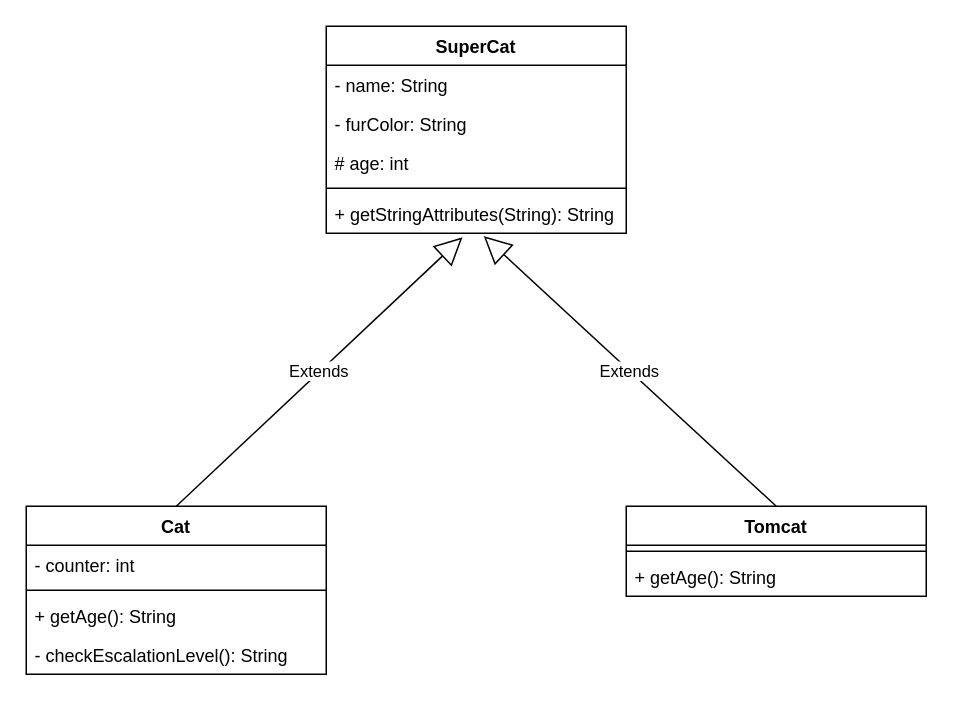
This is page "SuperCat" (4 of 4) of cat.drawio from Tom-Ferx/03a_Inheritance_Vererbung, a draw.io file, before an edit. Source tidied: cells renumbered, new cells numbered last; positions are measured from the earlier drawing's top-left corner, leaving out a move shared by most shapes. Both pictures are drawn from the tidied source at 150%, with x=0, y=0 at pixel (26, 26).
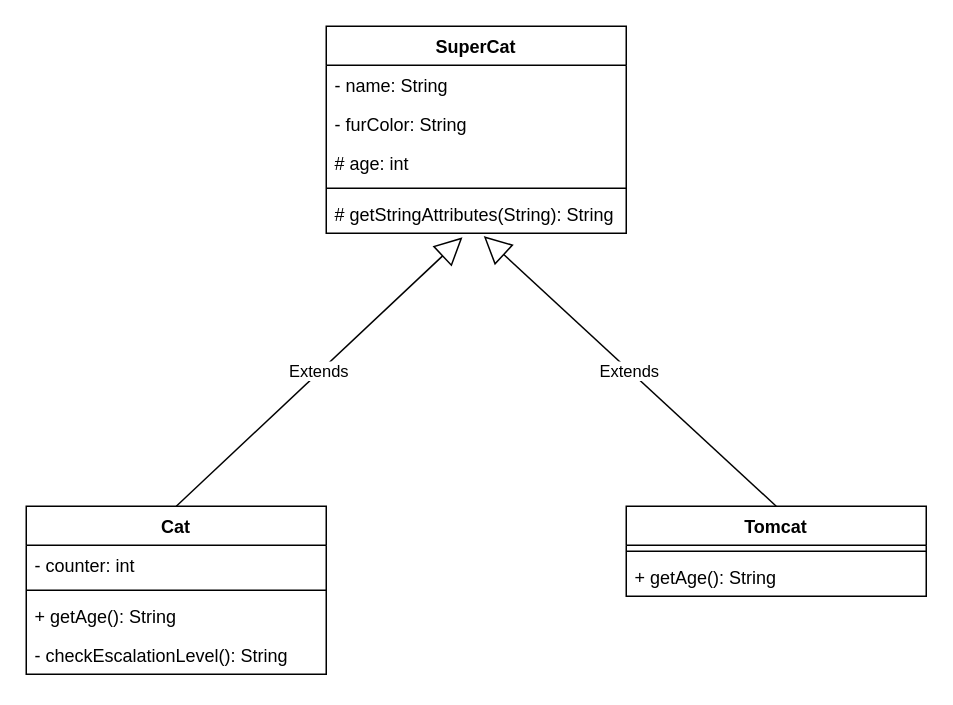
Above is the later version.

Change to the diagram source:
```diff
@@
 <mxGraphModel>
   <root>
     <mxCell id="0" />
     <mxCell id="1" parent="0" />
     <mxCell id="2" value="Cat" style="swimlane;fontStyle=1;align=center;verticalAlign=top;horizontal=1;startSize=26;" parent="1" vertex="1">
       <mxGeometry y="320" width="200" height="112" as="geometry" />
     </mxCell>
     <mxCell id="3" value="- counter: int" style="text;strokeColor=none;fillColor=none;align=left;verticalAlign=top;spacingLeft=4;spacingRight=4;overflow=hidden;" parent="2" vertex="1">
       <mxGeometry y="26" width="200" height="26" as="geometry" />
     </mxCell>
     <mxCell id="4" style="line;strokeWidth=1;fillColor=none;align=left;verticalAlign=middle;spacingTop=-1;spacingLeft=3;spacingRight=3;labelPosition=right;" parent="2" vertex="1">
       <mxGeometry y="52" width="200" height="8" as="geometry" />
     </mxCell>
     <mxCell id="5" value="+ getAge(): String" style="text;strokeColor=none;fillColor=none;align=left;verticalAlign=top;spacingLeft=4;spacingRight=4;overflow=hidden;" parent="2" vertex="1">
       <mxGeometry y="60" width="200" height="26" as="geometry" />
     </mxCell>
     <mxCell id="6" value="- checkEscalationLevel(): String" style="text;strokeColor=none;fillColor=none;align=left;verticalAlign=top;spacingLeft=4;spacingRight=4;overflow=hidden;" parent="2" vertex="1">
       <mxGeometry y="86" width="200" height="26" as="geometry" />
     </mxCell>
     <mxCell id="7" value="Tomcat" style="swimlane;fontStyle=1;align=center;verticalAlign=top;horizontal=1;startSize=26;" parent="1" vertex="1">
       <mxGeometry x="400" y="320" width="200" height="60" as="geometry" />
     </mxCell>
     <mxCell id="8" style="line;strokeWidth=1;fillColor=none;align=left;verticalAlign=middle;spacingTop=-1;spacingLeft=3;spacingRight=3;labelPosition=right;" parent="7" vertex="1">
       <mxGeometry y="26" width="200" height="8" as="geometry" />
     </mxCell>
     <mxCell id="9" value="+ getAge(): String" style="text;strokeColor=none;fillColor=none;align=left;verticalAlign=top;spacingLeft=4;spacingRight=4;overflow=hidden;" parent="7" vertex="1">
       <mxGeometry y="34" width="200" height="26" as="geometry" />
     </mxCell>
     <mxCell id="10" value="SuperCat" style="swimlane;fontStyle=1;align=center;verticalAlign=top;horizontal=1;startSize=26;" parent="1" vertex="1">
       <mxGeometry x="200" width="200" height="138" as="geometry" />
     </mxCell>
     <mxCell id="11" value="- name: String" style="text;strokeColor=none;fillColor=none;align=left;verticalAlign=top;spacingLeft=4;spacingRight=4;overflow=hidden;" parent="10" vertex="1">
       <mxGeometry y="26" width="200" height="26" as="geometry" />
     </mxCell>
     <mxCell id="12" value="- furColor: String" style="text;strokeColor=none;fillColor=none;align=left;verticalAlign=top;spacingLeft=4;spacingRight=4;overflow=hidden;" parent="10" vertex="1">
       <mxGeometry y="52" width="200" height="26" as="geometry" />
     </mxCell>
     <mxCell id="13" value="# age: int" style="text;strokeColor=none;fillColor=none;align=left;verticalAlign=top;spacingLeft=4;spacingRight=4;overflow=hidden;" parent="10" vertex="1">
       <mxGeometry y="78" width="200" height="26" as="geometry" />
     </mxCell>
     <mxCell id="14" style="line;strokeWidth=1;fillColor=none;align=left;verticalAlign=middle;spacingTop=-1;spacingLeft=3;spacingRight=3;labelPosition=right;" parent="10" vertex="1">
       <mxGeometry y="104" width="200" height="8" as="geometry" />
     </mxCell>
-    <mxCell id="15" value="+ getStringAttributes(String): String" style="text;strokeColor=none;fillColor=none;align=left;verticalAlign=top;spacingLeft=4;spacingRight=4;overflow=hidden;points=[[0,0.5],[1,0.5]];portConstraint=eastwest;" parent="10" vertex="1">
+    <mxCell id="15" value="# getStringAttributes(String): String" style="text;strokeColor=none;fillColor=none;align=left;verticalAlign=top;spacingLeft=4;spacingRight=4;overflow=hidden;points=[[0,0.5],[1,0.5]];portConstraint=eastwest;" parent="10" vertex="1">
       <mxGeometry y="112" width="200" height="26" as="geometry" />
     </mxCell>
     <mxCell id="16" value="Extends" style="endArrow=block;endSize=16;endFill=0;html=1;exitX=0.5;exitY=0;exitDx=0;exitDy=0;entryX=0.454;entryY=1.104;entryDx=0;entryDy=0;entryPerimeter=0;" parent="1" edge="1" source="2" target="15">
       <mxGeometry relative="1" as="geometry" />
     </mxCell>
     <mxCell id="17" value="Extends" style="endArrow=block;endSize=16;endFill=0;html=1;exitX=0.5;exitY=0;exitDx=0;exitDy=0;entryX=0.525;entryY=1.072;entryDx=0;entryDy=0;entryPerimeter=0;" parent="1" edge="1" source="7" target="15">
       <mxGeometry relative="1" as="geometry" />
     </mxCell>
   </root>
 </mxGraphModel>
```
